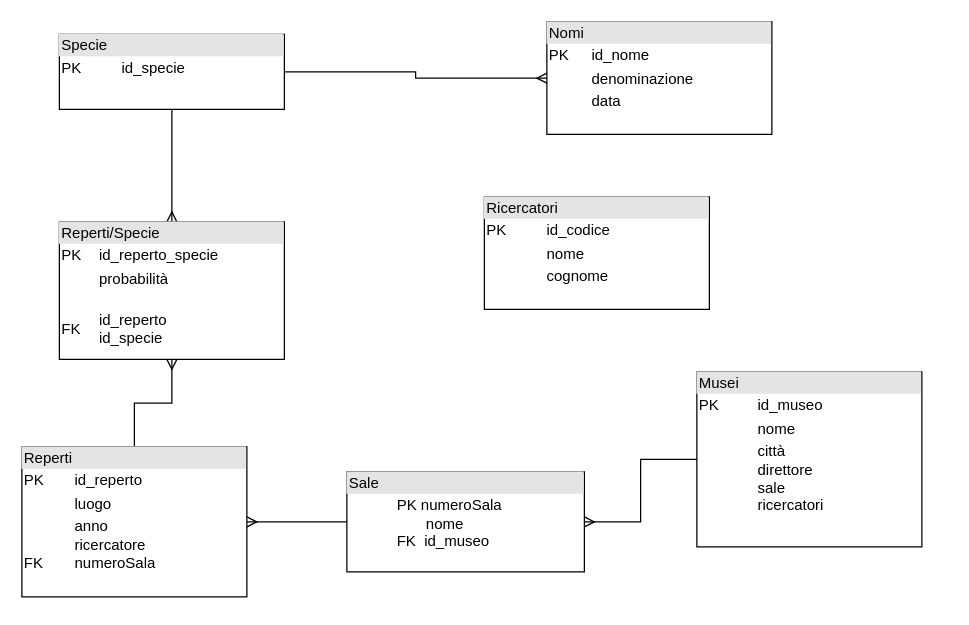
The draw.io diagram Untitled Diagram.drawio in robertamora/Informatica, before the edit. Source tidied: cells renumbered, new cells numbered last; positions are measured from the earlier drawing's top-left corner, leaving out a move shared by most shapes. Both pictures are drawn from the tidied source at 125%, with x=0, y=0 at pixel (21, 21).
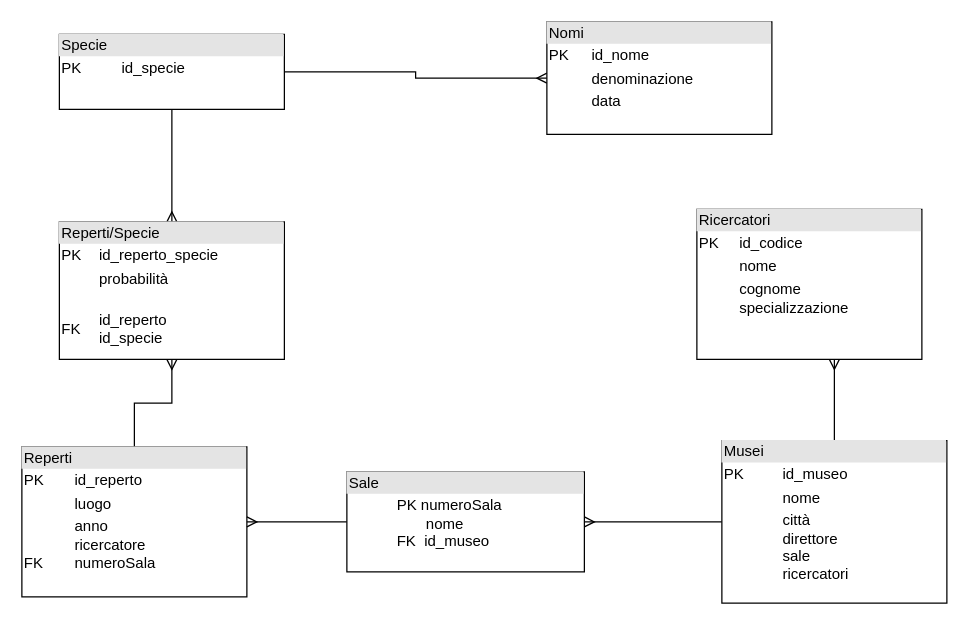
After the change.

The edit, as a diff of the source:
```diff
@@
 <mxGraphModel>
   <root>
     <mxCell id="0" />
     <mxCell id="1" parent="0" />
     <mxCell id="2" style="edgeStyle=orthogonalEdgeStyle;rounded=0;jettySize=auto;html=1;endArrow=ERmany;endFill=0;" parent="1" edge="1" source="3" target="13">
       <mxGeometry relative="1" as="geometry" />
     </mxCell>
     <mxCell id="3" value="&lt;div style=&quot;box-sizing: border-box ; width: 100% ; background: #e4e4e4 ; padding: 2px&quot;&gt;Reperti&lt;/div&gt;&lt;table style=&quot;width: 100% ; font-size: 1em&quot; cellpadding=&quot;2&quot; cellspacing=&quot;0&quot;&gt;&lt;tbody&gt;&lt;tr&gt;&lt;td&gt;PK&lt;/td&gt;&lt;td&gt;id_reperto&lt;/td&gt;&lt;/tr&gt;&lt;tr&gt;&lt;td&gt;&lt;br&gt;&lt;/td&gt;&lt;td&gt;luogo&lt;/td&gt;&lt;/tr&gt;&lt;tr&gt;&lt;td&gt;FK&lt;/td&gt;&lt;td&gt;anno&lt;br&gt;ricercatore&lt;br&gt;numeroSala&lt;br&gt;&lt;br&gt;&amp;nbsp;&lt;/td&gt;&lt;/tr&gt;&lt;/tbody&gt;&lt;/table&gt;" style="verticalAlign=top;align=left;overflow=fill;html=1;" parent="1" vertex="1">
       <mxGeometry y="340" width="180" height="120" as="geometry" />
     </mxCell>
-    <mxCell id="4" value="&lt;div style=&quot;box-sizing: border-box ; width: 100% ; background: #e4e4e4 ; padding: 2px&quot;&gt;Ricercatori&lt;/div&gt;&lt;table style=&quot;width: 100% ; font-size: 1em&quot; cellpadding=&quot;2&quot; cellspacing=&quot;0&quot;&gt;&lt;tbody&gt;&lt;tr&gt;&lt;td&gt;PK&lt;/td&gt;&lt;td&gt;id_codice&lt;/td&gt;&lt;/tr&gt;&lt;tr&gt;&lt;td&gt;&lt;br&gt;&lt;/td&gt;&lt;td&gt;nome&lt;/td&gt;&lt;/tr&gt;&lt;tr&gt;&lt;td&gt;&lt;/td&gt;&lt;td&gt;cognome&lt;/td&gt;&lt;/tr&gt;&lt;/tbody&gt;&lt;/table&gt;" style="verticalAlign=top;align=left;overflow=fill;html=1;" parent="1" vertex="1">
-      <mxGeometry x="370" y="140" width="180" height="90" as="geometry" />
+    <mxCell id="4" value="&lt;div style=&quot;box-sizing: border-box ; width: 100% ; background: #e4e4e4 ; padding: 2px&quot;&gt;Ricercatori&lt;/div&gt;&lt;table style=&quot;width: 100% ; font-size: 1em&quot; cellpadding=&quot;2&quot; cellspacing=&quot;0&quot;&gt;&lt;tbody&gt;&lt;tr&gt;&lt;td&gt;PK&lt;/td&gt;&lt;td&gt;id_codice&lt;/td&gt;&lt;/tr&gt;&lt;tr&gt;&lt;td&gt;&lt;br&gt;&lt;/td&gt;&lt;td&gt;nome&lt;/td&gt;&lt;/tr&gt;&lt;tr&gt;&lt;td&gt;&lt;/td&gt;&lt;td&gt;cognome&lt;br&gt;specializzazione&lt;br&gt;&lt;/td&gt;&lt;/tr&gt;&lt;/tbody&gt;&lt;/table&gt;" style="verticalAlign=top;align=left;overflow=fill;html=1;" parent="1" vertex="1">
+      <mxGeometry x="540" y="150" width="180" height="120" as="geometry" />
     </mxCell>
     <mxCell id="5" style="edgeStyle=orthogonalEdgeStyle;rounded=0;jettySize=auto;html=1;entryX=1;entryY=0.5;entryDx=0;entryDy=0;endArrow=ERmany;endFill=0;" parent="1" edge="1" source="6" target="8">
       <mxGeometry relative="1" as="geometry" />
     </mxCell>
+    <mxCell id="14" style="edgeStyle=orthogonalEdgeStyle;rounded=0;jettySize=auto;html=1;endArrow=ERmany;endFill=0;" parent="1" edge="1" source="6">
+      <mxGeometry relative="1" as="geometry">
+        <mxPoint x="650" y="270" as="targetPoint" />
+      </mxGeometry>
+    </mxCell>
     <mxCell id="6" value="&lt;div style=&quot;box-sizing: border-box ; width: 100% ; background: #e4e4e4 ; padding: 2px&quot;&gt;Musei&lt;/div&gt;&lt;table style=&quot;width: 100% ; font-size: 1em&quot; cellpadding=&quot;2&quot; cellspacing=&quot;0&quot;&gt;&lt;tbody&gt;&lt;tr&gt;&lt;td&gt;PK&lt;/td&gt;&lt;td&gt;id_museo&lt;/td&gt;&lt;/tr&gt;&lt;tr&gt;&lt;td&gt;&lt;br&gt;&lt;/td&gt;&lt;td&gt;nome&lt;/td&gt;&lt;/tr&gt;&lt;tr&gt;&lt;td&gt;&lt;/td&gt;&lt;td&gt;città&lt;br&gt;direttore&lt;br&gt;sale&lt;br&gt;ricercatori&lt;/td&gt;&lt;/tr&gt;&lt;/tbody&gt;&lt;/table&gt;" style="verticalAlign=top;align=left;overflow=fill;html=1;" parent="1" vertex="1">
-      <mxGeometry x="540" y="280" width="180" height="140" as="geometry" />
+      <mxGeometry x="560" y="335" width="180" height="130" as="geometry" />
     </mxCell>
     <mxCell id="7" style="edgeStyle=orthogonalEdgeStyle;rounded=0;jettySize=auto;html=1;entryX=1;entryY=0.5;entryDx=0;entryDy=0;endArrow=ERmany;endFill=0;" parent="1" edge="1" source="8" target="3">
       <mxGeometry relative="1" as="geometry" />
     </mxCell>
     <mxCell id="8" value="&lt;div style=&quot;box-sizing: border-box ; width: 100% ; background: #e4e4e4 ; padding: 2px&quot;&gt;Sale&lt;/div&gt;&lt;table style=&quot;width: 100% ; font-size: 1em&quot; cellpadding=&quot;2&quot; cellspacing=&quot;0&quot;&gt;&lt;tbody&gt;&lt;tr&gt;&lt;td&gt;&lt;br&gt;&lt;/td&gt;&lt;td&gt;PK numeroSala&amp;nbsp; &amp;nbsp; &amp;nbsp; &amp;nbsp; &amp;nbsp;&amp;nbsp;&lt;br&gt;&amp;nbsp; &amp;nbsp; &amp;nbsp; &amp;nbsp;nome&lt;br&gt;FK&amp;nbsp; id_museo&lt;/td&gt;&lt;/tr&gt;&lt;tr&gt;&lt;td&gt;&lt;br&gt;&lt;/td&gt;&lt;td&gt;&lt;/td&gt;&lt;/tr&gt;&lt;tr&gt;&lt;td&gt;&amp;nbsp; &amp;nbsp; &amp;nbsp; &amp;nbsp;&amp;nbsp;&lt;/td&gt;&lt;td&gt;&lt;/td&gt;&lt;/tr&gt;&lt;/tbody&gt;&lt;/table&gt;" style="verticalAlign=top;align=left;overflow=fill;html=1;" parent="1" vertex="1">
       <mxGeometry x="260" y="360" width="190" height="80" as="geometry" />
     </mxCell>
     <mxCell id="9" style="edgeStyle=orthogonalEdgeStyle;rounded=0;jettySize=auto;html=1;entryX=0;entryY=0.5;entryDx=0;entryDy=0;endArrow=ERmany;endFill=0;" parent="1" edge="1" source="11" target="12">
       <mxGeometry relative="1" as="geometry" />
     </mxCell>
     <mxCell id="10" style="edgeStyle=orthogonalEdgeStyle;rounded=0;jettySize=auto;html=1;entryX=0.5;entryY=0;entryDx=0;entryDy=0;endArrow=ERmany;endFill=0;" parent="1" edge="1" source="11" target="13">
       <mxGeometry relative="1" as="geometry" />
     </mxCell>
     <mxCell id="11" value="&lt;div style=&quot;box-sizing: border-box ; width: 100% ; background: #e4e4e4 ; padding: 2px&quot;&gt;Specie&lt;/div&gt;&lt;table style=&quot;width: 100% ; font-size: 1em&quot; cellpadding=&quot;2&quot; cellspacing=&quot;0&quot;&gt;&lt;tbody&gt;&lt;tr&gt;&lt;td&gt;PK&lt;/td&gt;&lt;td&gt;id_specie&lt;/td&gt;&lt;/tr&gt;&lt;tr&gt;&lt;td&gt;&lt;br&gt;&lt;/td&gt;&lt;td&gt;&lt;/td&gt;&lt;/tr&gt;&lt;/tbody&gt;&lt;/table&gt;" style="verticalAlign=top;align=left;overflow=fill;html=1;" parent="1" vertex="1">
       <mxGeometry x="30" y="10" width="180" height="60" as="geometry" />
     </mxCell>
     <mxCell id="12" value="&lt;div style=&quot;box-sizing: border-box ; width: 100% ; background: #e4e4e4 ; padding: 2px&quot;&gt;Nomi&lt;/div&gt;&lt;table style=&quot;width: 100% ; font-size: 1em&quot; cellpadding=&quot;2&quot; cellspacing=&quot;0&quot;&gt;&lt;tbody&gt;&lt;tr&gt;&lt;td&gt;PK&lt;/td&gt;&lt;td&gt;id_nome&lt;/td&gt;&lt;/tr&gt;&lt;tr&gt;&lt;td&gt;&lt;br&gt;&lt;/td&gt;&lt;td&gt;denominazione&lt;/td&gt;&lt;/tr&gt;&lt;tr&gt;&lt;td&gt;&lt;/td&gt;&lt;td&gt;data&lt;/td&gt;&lt;/tr&gt;&lt;/tbody&gt;&lt;/table&gt;" style="verticalAlign=top;align=left;overflow=fill;html=1;" parent="1" vertex="1">
       <mxGeometry x="420" width="180" height="90" as="geometry" />
     </mxCell>
     <mxCell id="13" value="&lt;div style=&quot;box-sizing: border-box ; width: 100% ; background: #e4e4e4 ; padding: 2px&quot;&gt;Reperti/Specie&lt;/div&gt;&lt;table style=&quot;width: 100% ; font-size: 1em&quot; cellpadding=&quot;2&quot; cellspacing=&quot;0&quot;&gt;&lt;tbody&gt;&lt;tr&gt;&lt;td&gt;PK&lt;/td&gt;&lt;td&gt;id_reperto_specie&lt;/td&gt;&lt;/tr&gt;&lt;tr&gt;&lt;td&gt;&lt;br&gt;&lt;/td&gt;&lt;td&gt;probabilità&lt;br&gt;&lt;br&gt;&lt;/td&gt;&lt;/tr&gt;&lt;tr&gt;&lt;td&gt;FK&lt;/td&gt;&lt;td&gt;id_reperto&lt;br&gt;id_specie&lt;/td&gt;&lt;/tr&gt;&lt;/tbody&gt;&lt;/table&gt;" style="verticalAlign=top;align=left;overflow=fill;html=1;" parent="1" vertex="1">
       <mxGeometry x="30" y="160" width="180" height="110" as="geometry" />
     </mxCell>
   </root>
 </mxGraphModel>
```
